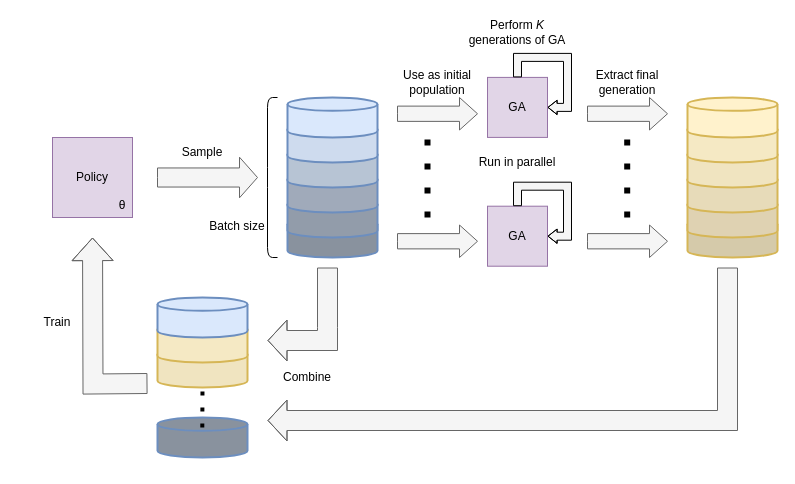
Earlier version of the draw.io diagram EAM流程图.drawio (Tarseus/drawio). Source tidied: cells renumbered, new cells numbered last; positions are measured from the earlier drawing's top-left corner, leaving out a move shared by most shapes. Both pictures are drawn from the tidied source at 100%, with x=0, y=0 at pixel (17, 17).
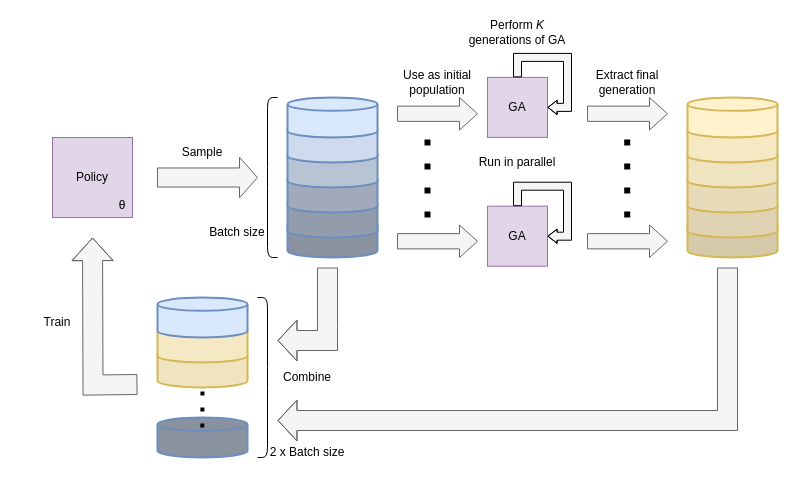
After the change.

Commit message:
更新EAM流程图.drawio

Change to the diagram source:
```diff
@@
     <mxCell id="27" style="edgeStyle=orthogonalEdgeStyle;rounded=0;orthogonalLoop=1;jettySize=auto;html=1;shape=flexArrow;strokeWidth=1;width=20;endSize=7.2;fillColor=#f5f5f5;strokeColor=#666666;" parent="1" edge="1">
       <mxGeometry relative="1" as="geometry">
-        <mxPoint x="130" y="366" as="sourcePoint" />
+        <mxPoint x="120" y="367" as="sourcePoint" />
         <mxPoint x="75" y="220" as="targetPoint" />
       </mxGeometry>
     </mxCell>
     <mxCell id="28" style="edgeStyle=orthogonalEdgeStyle;rounded=0;orthogonalLoop=1;jettySize=auto;html=1;shape=flexArrow;strokeWidth=1;width=20;fillColor=#f5f5f5;strokeColor=#666666;" parent="1" edge="1">
       <mxGeometry relative="1" as="geometry">
         <mxPoint x="710" y="250" as="sourcePoint" />
-        <mxPoint x="250" y="403" as="targetPoint" />
+        <mxPoint x="260" y="403" as="targetPoint" />
         <Array as="points">
           <mxPoint x="710" y="403" />
         </Array>
       </mxGeometry>
     </mxCell>
@@
     <mxCell id="30" style="edgeStyle=orthogonalEdgeStyle;rounded=0;orthogonalLoop=1;jettySize=auto;html=1;shape=flexArrow;strokeWidth=1;width=20;fillColor=#f5f5f5;strokeColor=#666666;" parent="1" edge="1">
       <mxGeometry relative="1" as="geometry">
         <mxPoint x="310" y="250" as="sourcePoint" />
-        <mxPoint x="250" y="323" as="targetPoint" />
+        <mxPoint x="260" y="323" as="targetPoint" />
         <Array as="points">
           <mxPoint x="310" y="310" />
           <mxPoint x="310" y="323" />
         </Array>
       </mxGeometry>
     </mxCell>
@@
     <mxCell id="33" value="Batch size" style="text;html=1;align=center;verticalAlign=middle;whiteSpace=wrap;rounded=0;" parent="1" vertex="1">
-      <mxGeometry x="190" y="193.8" width="60" height="30" as="geometry" />
+      <mxGeometry x="190" y="200" width="60" height="30" as="geometry" />
     </mxCell>
@@
+    <mxCell id="47" style="shape=curlyBracket;whiteSpace=wrap;html=1;rounded=1;labelPosition=left;verticalLabelPosition=middle;align=right;verticalAlign=middle;size=0;rotation=-180;" parent="1" vertex="1">
+      <mxGeometry x="240" y="280" width="10" height="160" as="geometry" />
+    </mxCell>
+    <mxCell id="48" value="2 x Batch size" style="text;html=1;align=center;verticalAlign=middle;whiteSpace=wrap;rounded=0;" parent="1" vertex="1">
+      <mxGeometry x="250" y="420" width="80" height="30" as="geometry" />
+    </mxCell>
```
